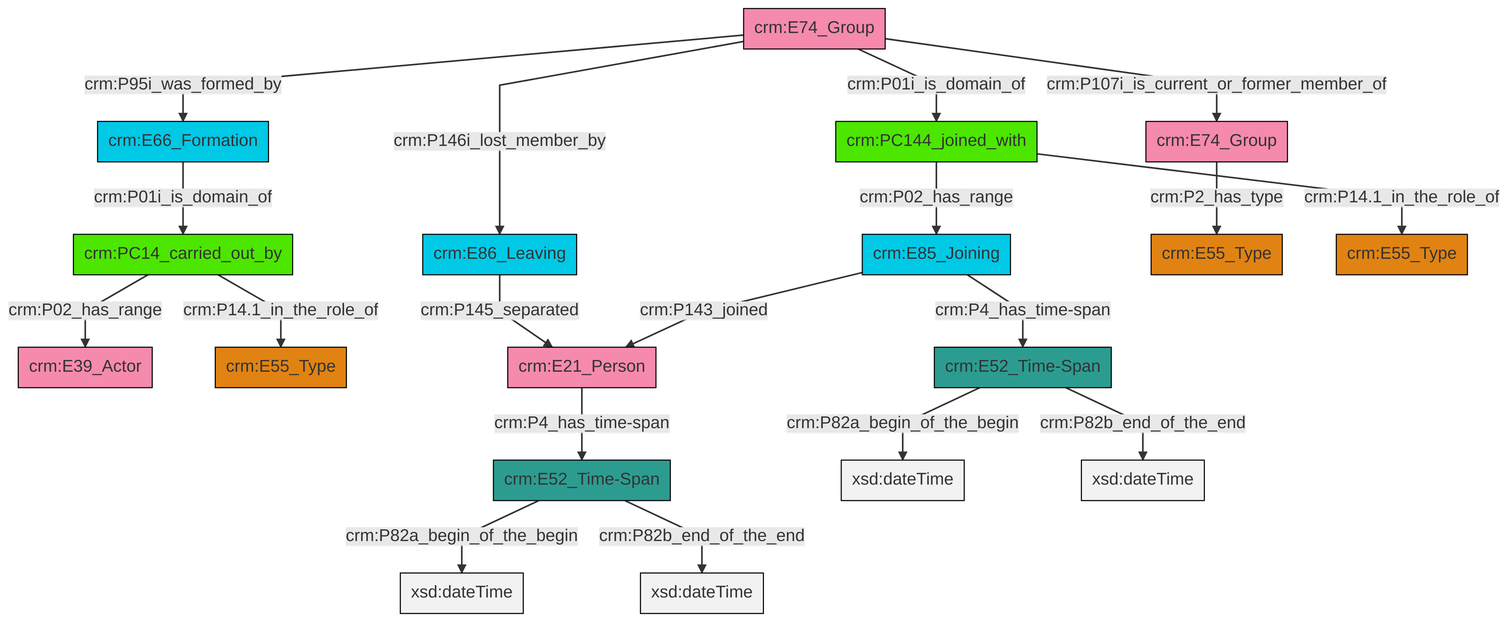
swiss-art-research-net/reference-data-models keeps this Mermaid diagram as et/groupCSV/ttl/mmd/png/group_actor_relations.png. Above is the earlier version. Its source is kept beside it as et/groupCSV/ttl/mmd/group_actor_relations.ttl.mmd.
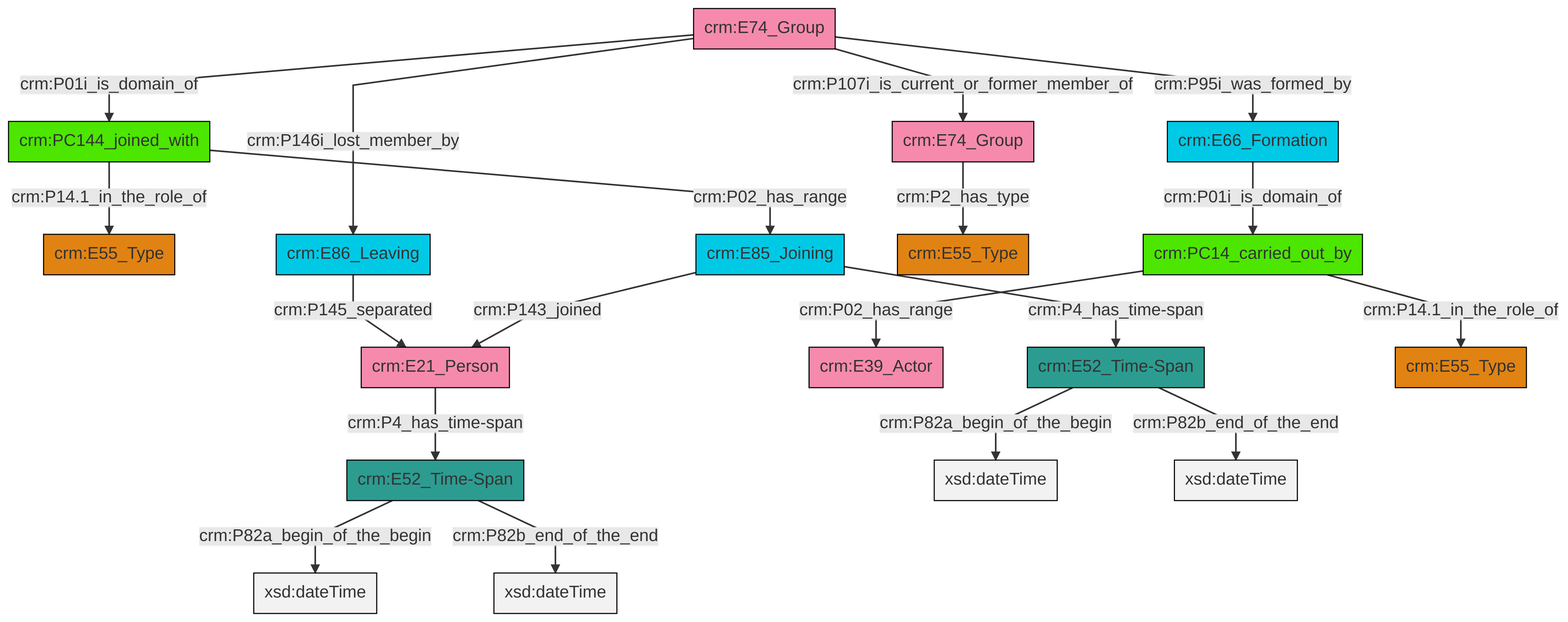
The same file after the commit.

Change to the diagram source:
```diff
@@ -13,21 +13,21 @@
 classDef PC_Classes fill:#4ce600, stroke:#000000;
 classDef Multi fill:#cccccc,stroke:#000000;
 
-2["crm:PC14_carried_out_by"]:::PC_Classes -->|crm:P14.1_in_the_role_of| 3["crm:E55_Type"]:::Type
-8["crm:E74_Group"]:::Actor -->|crm:P146i_lost_member_by| 9["crm:E86_Leaving"]:::Temporal_Entity
-8["crm:E74_Group"]:::Actor -->|crm:P01i_is_domain_of| 10["crm:PC144_joined_with"]:::PC_Classes
-12["crm:E74_Group"]:::Actor -->|crm:P2_has_type| 13["crm:E55_Type"]:::Type
-2["crm:PC14_carried_out_by"]:::PC_Classes -->|crm:P02_has_range| 0["crm:E39_Actor"]:::Actor
-10["crm:PC144_joined_with"]:::PC_Classes -->|crm:P02_has_range| 4["crm:E85_Joining"]:::Temporal_Entity
-10["crm:PC144_joined_with"]:::PC_Classes -->|crm:P14.1_in_the_role_of| 17["crm:E55_Type"]:::Type
-9["crm:E86_Leaving"]:::Temporal_Entity -->|crm:P145_separated| 18["crm:E21_Person"]:::Actor
-19["crm:E52_Time-Span"]:::Time-Span -->|crm:P82a_begin_of_the_begin| 20[xsd:dateTime]:::Literal
-19["crm:E52_Time-Span"]:::Time-Span -->|crm:P82b_end_of_the_end| 22[xsd:dateTime]:::Literal
-8["crm:E74_Group"]:::Actor -->|crm:P95i_was_formed_by| 27["crm:E66_Formation"]:::Temporal_Entity
-27["crm:E66_Formation"]:::Temporal_Entity -->|crm:P01i_is_domain_of| 2["crm:PC14_carried_out_by"]:::PC_Classes
-8["crm:E74_Group"]:::Actor -->|crm:P107i_is_current_or_former_member_of| 12["crm:E74_Group"]:::Actor
-4["crm:E85_Joining"]:::Temporal_Entity -->|crm:P4_has_time-span| 19["crm:E52_Time-Span"]:::Time-Span
-6["crm:E52_Time-Span"]:::Time-Span -->|crm:P82a_begin_of_the_begin| 30[xsd:dateTime]:::Literal
-18["crm:E21_Person"]:::Actor -->|crm:P4_has_time-span| 6["crm:E52_Time-Span"]:::Time-Span
-6["crm:E52_Time-Span"]:::Time-Span -->|crm:P82b_end_of_the_end| 31[xsd:dateTime]:::Literal
-4["crm:E85_Joining"]:::Temporal_Entity -->|crm:P143_joined| 18["crm:E21_Person"]:::Actor
+4["crm:E52_Time-Span"]:::Time-Span -->|crm:P82a_begin_of_the_begin| 5[xsd:dateTime]:::Literal
+4["crm:E52_Time-Span"]:::Time-Span -->|crm:P82b_end_of_the_end| 6[xsd:dateTime]:::Literal
+0["crm:PC144_joined_with"]:::PC_Classes -->|crm:P14.1_in_the_role_of| 7["crm:E55_Type"]:::Type
+8["crm:E85_Joining"]:::Temporal_Entity -->|crm:P4_has_time-span| 9["crm:E52_Time-Span"]:::Time-Span
+10["crm:PC14_carried_out_by"]:::PC_Classes -->|crm:P02_has_range| 11["crm:E39_Actor"]:::Actor
+2["crm:E74_Group"]:::Actor -->|crm:P01i_is_domain_of| 0["crm:PC144_joined_with"]:::PC_Classes
+12["crm:E66_Formation"]:::Temporal_Entity -->|crm:P01i_is_domain_of| 10["crm:PC14_carried_out_by"]:::PC_Classes
+9["crm:E52_Time-Span"]:::Time-Span -->|crm:P82a_begin_of_the_begin| 20[xsd:dateTime]:::Literal
+25["crm:E86_Leaving"]:::Temporal_Entity -->|crm:P145_separated| 26["crm:E21_Person"]:::Actor
+2["crm:E74_Group"]:::Actor -->|crm:P95i_was_formed_by| 12["crm:E66_Formation"]:::Temporal_Entity
+26["crm:E21_Person"]:::Actor -->|crm:P4_has_time-span| 4["crm:E52_Time-Span"]:::Time-Span
+9["crm:E52_Time-Span"]:::Time-Span -->|crm:P82b_end_of_the_end| 28[xsd:dateTime]:::Literal
+0["crm:PC144_joined_with"]:::PC_Classes -->|crm:P02_has_range| 8["crm:E85_Joining"]:::Temporal_Entity
+2["crm:E74_Group"]:::Actor -->|crm:P107i_is_current_or_former_member_of| 21["crm:E74_Group"]:::Actor
+21["crm:E74_Group"]:::Actor -->|crm:P2_has_type| 14["crm:E55_Type"]:::Type
+8["crm:E85_Joining"]:::Temporal_Entity -->|crm:P143_joined| 26["crm:E21_Person"]:::Actor
+10["crm:PC14_carried_out_by"]:::PC_Classes -->|crm:P14.1_in_the_role_of| 29["crm:E55_Type"]:::Type
+2["crm:E74_Group"]:::Actor -->|crm:P146i_lost_member_by| 25["crm:E86_Leaving"]:::Temporal_Entity
```
